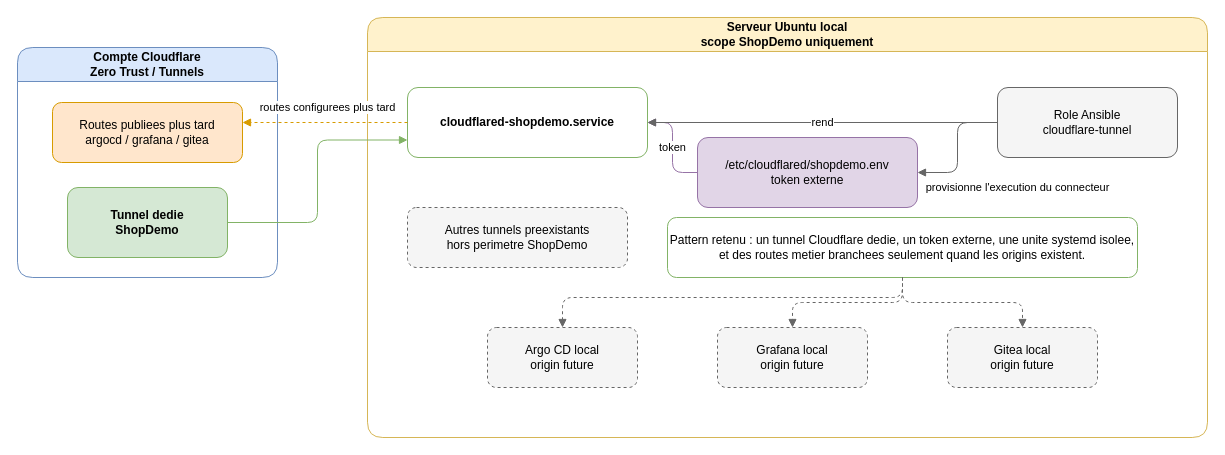
Before: docs/diagrams/cloudflare-tunnels-local.drawio in ClementV78/shop-demo, a draw.io diagram. Source tidied: cells renumbered, new cells numbered last; positions are measured from the earlier drawing's top-left corner, leaving out a move shared by most shapes. Both pictures are drawn from the tidied source at 100%, with x=0, y=0 at pixel (17, 17).
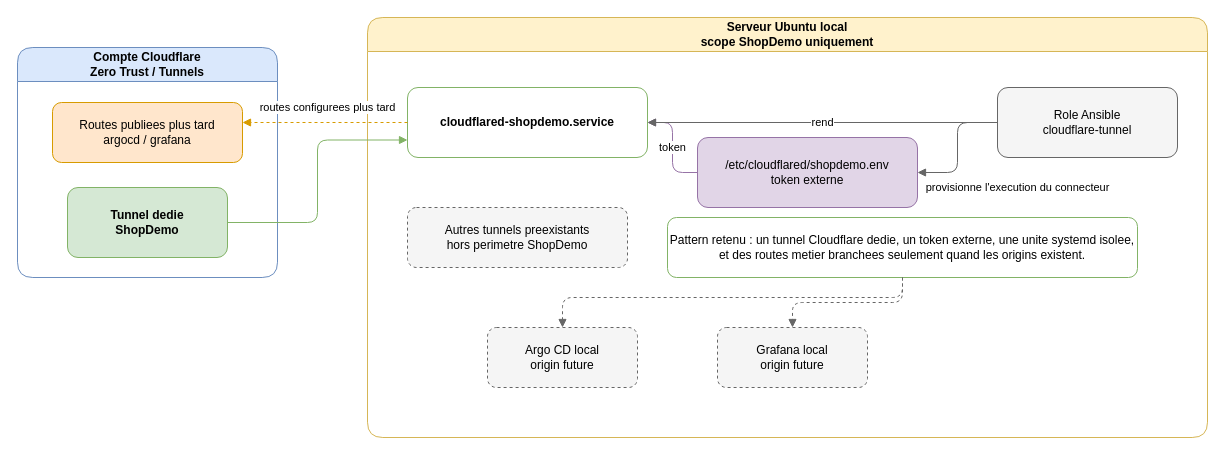
The same diagram, later.

The change refers to these unchanged cells:
```xml
<mxCell id="2" value="Compte Cloudflare&#10;Zero Trust / Tunnels" style="swimlane;html=1;rounded=1;whiteSpace=wrap;fillColor=#dae8fc;strokeColor=#6c8ebf;fontStyle=1;startSize=34;" parent="1" vertex="1">
  <mxGeometry y="30" width="260" height="230" as="geometry" />
</mxCell>
<mxCell id="5" value="Serveur Ubuntu local&#10;scope ShopDemo uniquement" style="swimlane;html=1;rounded=1;whiteSpace=wrap;fillColor=#fff2cc;strokeColor=#d6b656;fontStyle=1;startSize=34;" parent="1" vertex="1">
  <mxGeometry x="350" width="840" height="420" as="geometry" />
</mxCell>
<mxCell id="13" value="Pattern retenu : un tunnel Cloudflare dedie, un token externe, une unite systemd isolee, et des routes metier branchees seulement quand les origins existent." style="rounded=1;whiteSpace=wrap;html=1;fillColor=#ffffff;strokeColor=#82b366;" parent="5" vertex="1">
  <mxGeometry x="300" y="200" width="470" height="60" as="geometry" />
</mxCell>
```

Change to the diagram source:
```diff
@@
-    <mxCell id="4" value="Routes publiees plus tard&#10;argocd / grafana / gitea" style="rounded=1;whiteSpace=wrap;html=1;fillColor=#ffe6cc;strokeColor=#d79b00;" parent="2" vertex="1">
+    <mxCell id="4" value="Routes publiees plus tard&#10;argocd / grafana" style="rounded=1;whiteSpace=wrap;html=1;fillColor=#ffe6cc;strokeColor=#d79b00;" parent="2" vertex="1">
       <mxGeometry x="35" y="55" width="190" height="60" as="geometry" />
     </mxCell>
@@
-    <mxCell id="12" value="Gitea local&#10;origin future" style="rounded=1;whiteSpace=wrap;html=1;fillColor=#f5f5f5;strokeColor=#666666;dashed=1;" parent="5" vertex="1">
-      <mxGeometry x="580" y="310" width="150" height="60" as="geometry" />
-    </mxCell>
@@
-    <mxCell id="19" style="edgeStyle=orthogonalEdgeStyle;rounded=1;jettySize=auto;html=1;dashed=1;strokeColor=#666666;endArrow=block;endFill=1;" parent="5" edge="1" source="13" target="12">
-      <mxGeometry relative="1" as="geometry" />
-    </mxCell>
```
